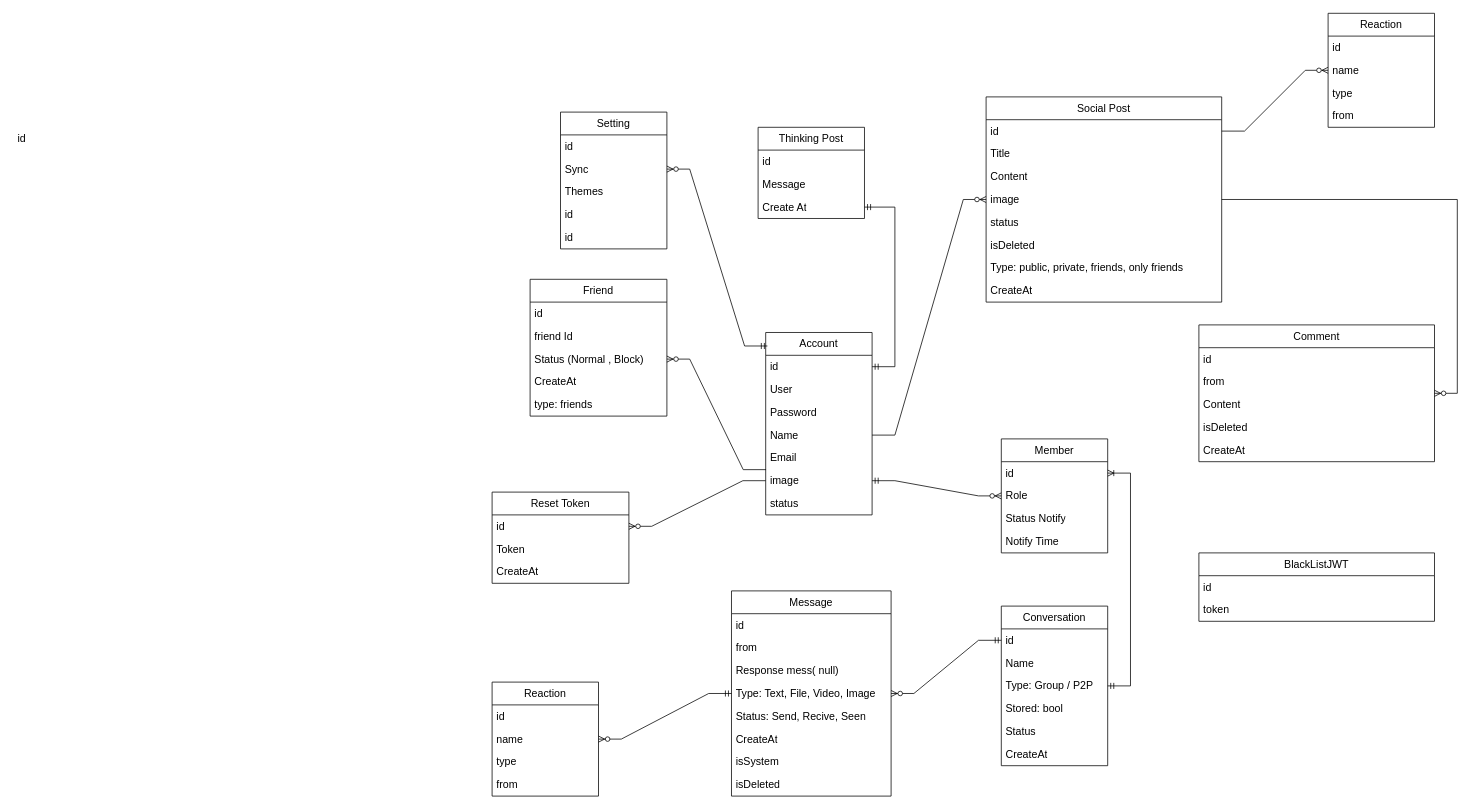
This is page "Database" (1 of 2) of Description/Design.drawio from KTPx4/SpringBoot_ChatWeb, a draw.io file, before an edit. Source tidied: cells renumbered, new cells numbered last; positions are measured from the earlier drawing's top-left corner, leaving out a move shared by most shapes. Both pictures are drawn from the tidied source at 76%, with x=0, y=0 at pixel (13, 13).
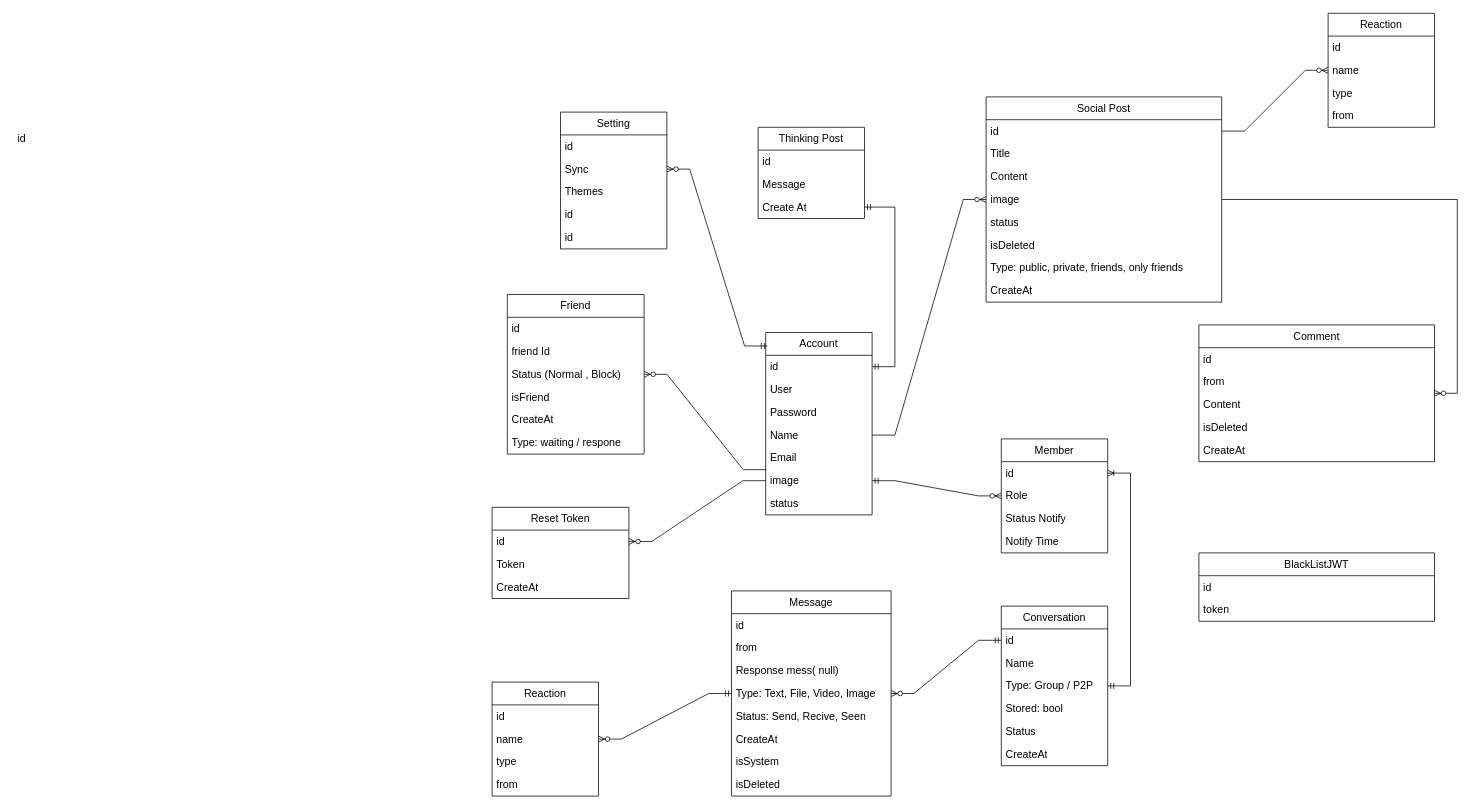
The same diagram, later.

What changed in the source:
```diff
@@
     <mxCell id="43" value="Friend" style="swimlane;fontStyle=0;horizontal=1;startSize=30;whiteSpace=wrap;html=1;fontSize=14;" parent="1" vertex="1">
-      <mxGeometry x="680" y="350" width="180" height="180" as="geometry" />
+      <mxGeometry x="650" y="370" width="180" height="210" as="geometry" />
     </mxCell>
@@
+    <mxCell id="48" value="isFriend" style="text;strokeColor=none;fillColor=none;align=left;verticalAlign=middle;spacingLeft=4;spacingRight=4;overflow=hidden;whiteSpace=wrap;html=1;fontSize=14;" parent="43" vertex="1">
+      <mxGeometry y="120" width="180" height="30" as="geometry" />
+    </mxCell>
     <mxCell id="47" value="CreateAt" style="text;strokeColor=none;fillColor=none;align=left;verticalAlign=middle;spacingLeft=4;spacingRight=4;overflow=hidden;whiteSpace=wrap;html=1;fontSize=14;" parent="43" vertex="1">
-      <mxGeometry y="120" width="180" height="30" as="geometry" />
+      <mxGeometry y="150" width="180" height="30" as="geometry" />
     </mxCell>
-    <mxCell id="48" value="type: friends" style="text;strokeColor=none;fillColor=none;align=left;verticalAlign=middle;spacingLeft=4;spacingRight=4;overflow=hidden;whiteSpace=wrap;html=1;fontSize=14;" parent="43" vertex="1">
-      <mxGeometry y="150" width="180" height="30" as="geometry" />
-    </mxCell>
+    <mxCell id="91" value="Type: waiting / respone" style="text;strokeColor=none;fillColor=none;align=left;verticalAlign=middle;spacingLeft=4;spacingRight=4;overflow=hidden;whiteSpace=wrap;html=1;fontSize=14;" parent="43" vertex="1">
+      <mxGeometry y="180" width="180" height="30" as="geometry" />
+    </mxCell>
@@
     <mxCell id="86" value="Reset Token" style="swimlane;fontStyle=0;horizontal=1;startSize=30;whiteSpace=wrap;html=1;fontSize=14;" parent="1" vertex="1">
-      <mxGeometry x="630" y="630" width="180" height="120" as="geometry" />
+      <mxGeometry x="630" y="650" width="180" height="120" as="geometry" />
     </mxCell>
```
